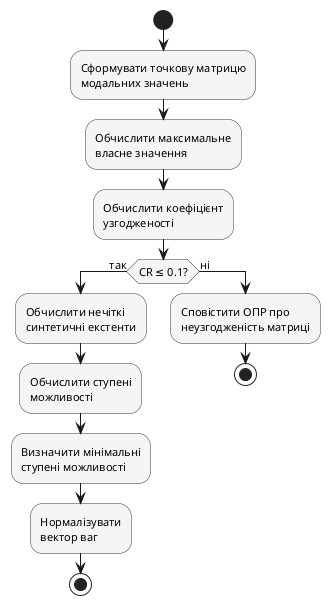
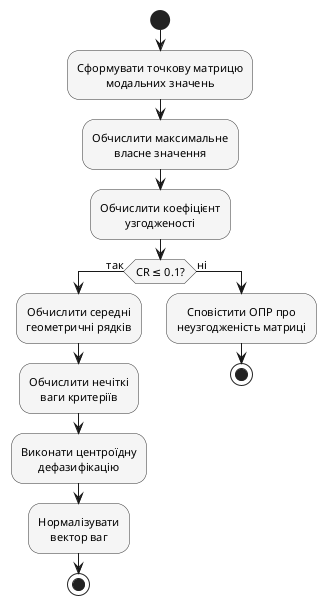
@startuml
' Рис. 2.7. Діаграма діяльності алгоритму FAHP
skinparam shadowing false
skinparam defaultFontName "Times New Roman"
skinparam defaultFontSize 11
skinparam activity {
    BackgroundColor #f5f5f5
    BorderColor #333333
}
skinparam activityDiamond {
    BackgroundColor #f5f5f5
    BorderColor #333333
}
+ skinparam defaultTextAlignment center

start
:Сформувати точкову матрицю\nмодальних значень;

:Обчислити максимальне\nвласне значення;

:Обчислити коефіцієнт\nузгодженості;

if (CR ≤ 0.1?) then (так)
-     :Обчислити нечіткі\nсинтетичні екстенти;
+     :Обчислити середні\nгеометричні рядків;

-     :Обчислити ступені\nможливості;
+     :Обчислити нечіткі\nваги критеріїв;

-     :Визначити мінімальні\nступені можливості;
+     :Виконати центроїдну\nдефазифікацію;

    :Нормалізувати\nвектор ваг;
    stop
else (ні)
    :Сповістити ОПР про\nнеузгодженість матриці;
    stop
endif

@enduml
